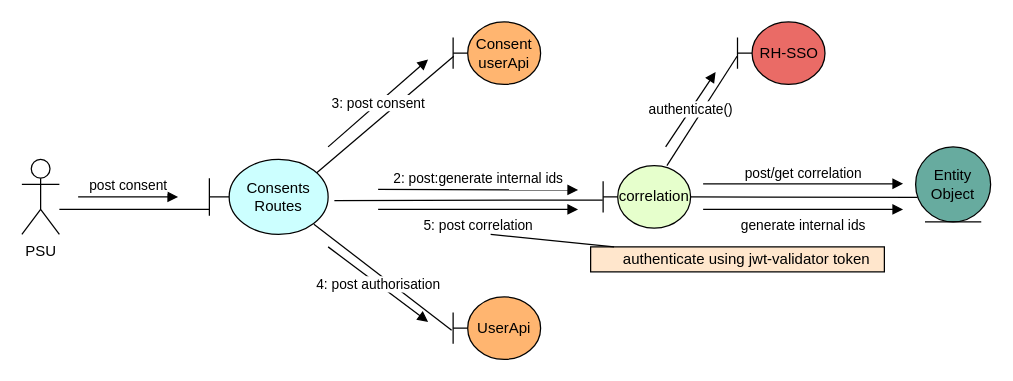
zirconias/zirconias keeps this draw.io diagram as Untitled Diagram.drawio. Above is the earlier version. Source tidied: cells renumbered, new cells numbered last; positions are measured from the earlier drawing's top-left corner, leaving out a move shared by most shapes. Both pictures are drawn from the tidied source at 125%, with x=0, y=0 at pixel (21, 21).
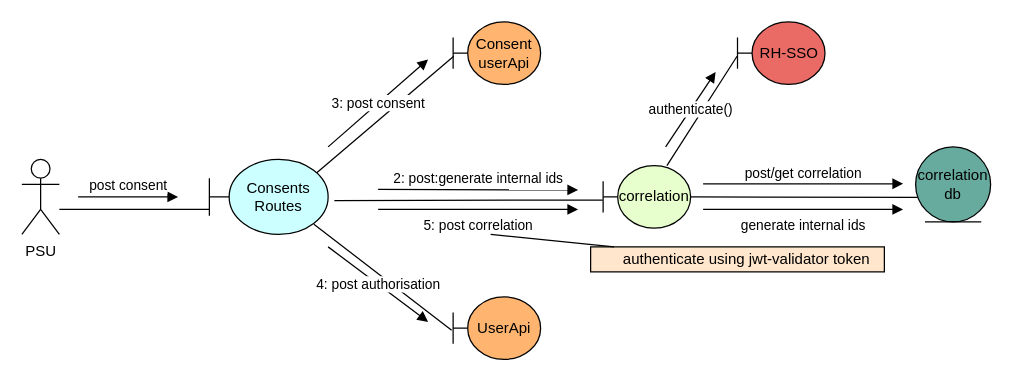
The same diagram, later.

Diff of the diagram source:
```diff
@@
-    <mxCell id="25" value="Entity Object" style="ellipse;shape=umlEntity;whiteSpace=wrap;html=1;fillColor=#67AB9F;" parent="1" vertex="1">
+    <mxCell id="25" value="correlation&lt;br&gt;db&lt;br&gt;" style="ellipse;shape=umlEntity;whiteSpace=wrap;html=1;fillColor=#67AB9F;" parent="1" vertex="1">
       <mxGeometry x="715" y="100" width="60" height="60" as="geometry" />
     </mxCell>
```
